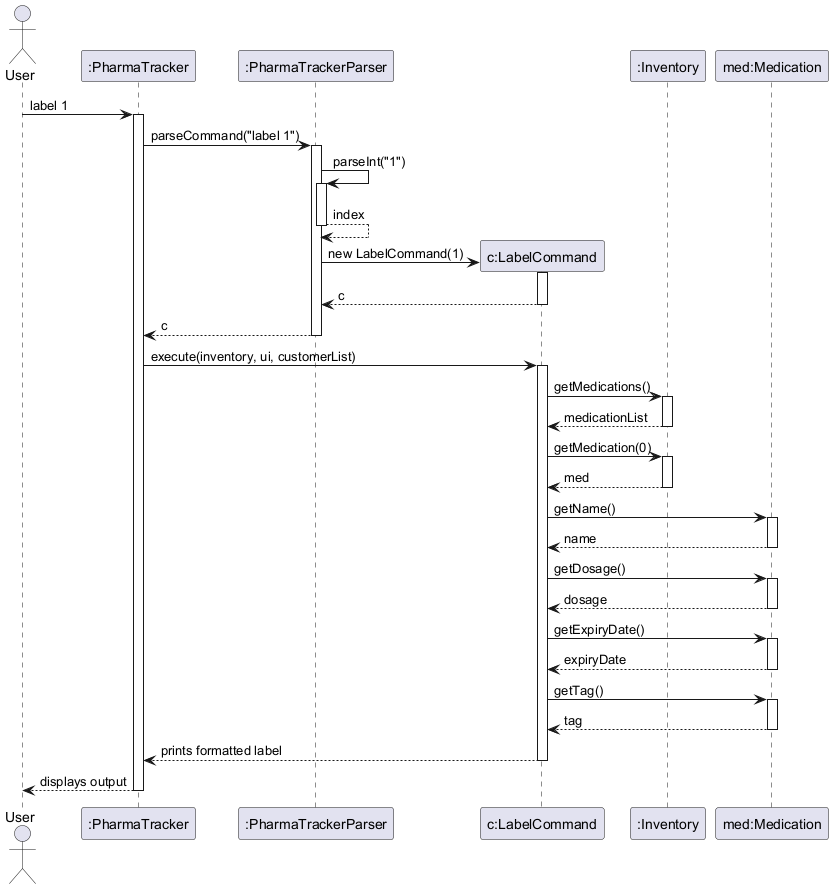
Earlier version of the PlantUML export docs/images/labelCommandSequenceDiagram.png (Yaqi66/tp).
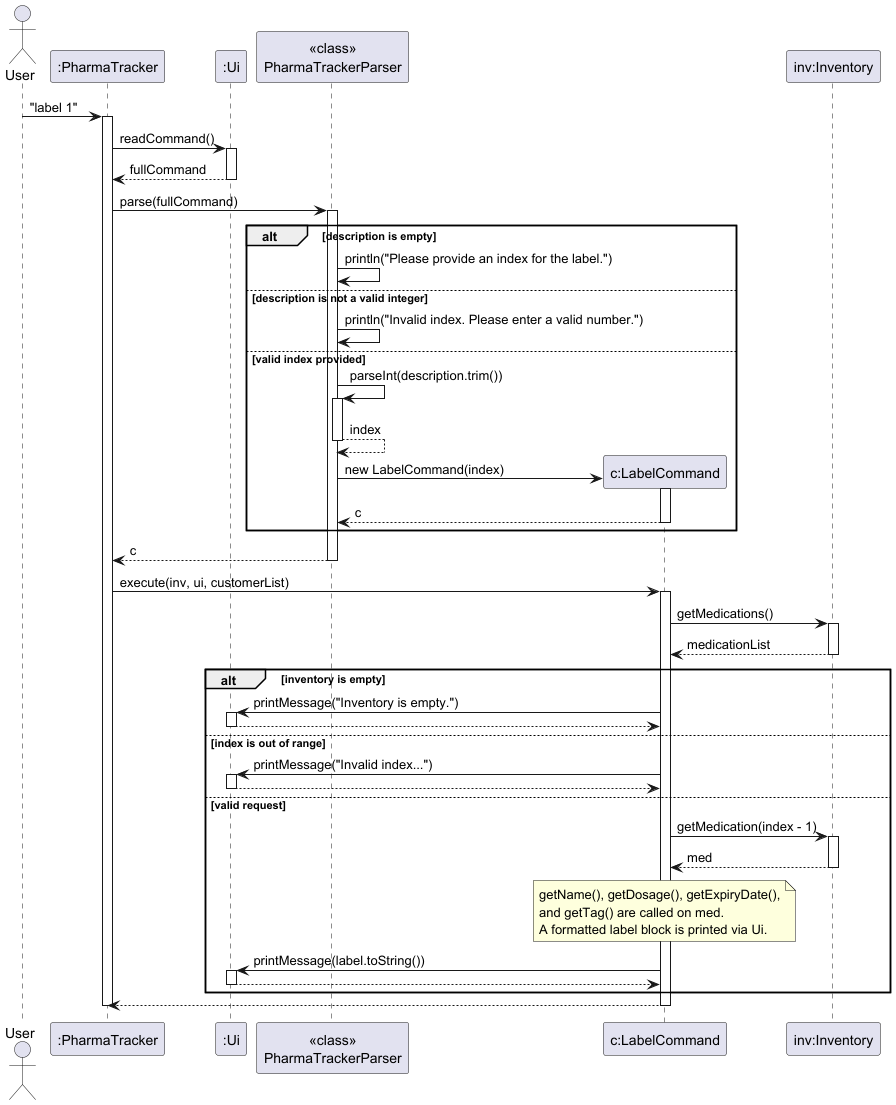
After the commit.

The edit, as a diff of the source:
```diff
@@ -1,58 +1,82 @@
 @startuml
+skinparam ArrowFontStyle plain
+
 actor User
 participant ":PharmaTracker" as PharmaTracker
-participant ":PharmaTrackerParser" as PharmaTrackerParser
+participant ":Ui" as Ui
+participant "<<class>>\nPharmaTrackerParser" as Parser
 participant "c:LabelCommand" as LabelCommand
-participant ":Inventory" as Inventory
-participant "med:Medication" as Medication
+participant "inv:Inventory" as Inventory
 
-User -> PharmaTracker : label 1
+User -> PharmaTracker : "label 1"
 activate PharmaTracker
 
-PharmaTracker -> PharmaTrackerParser : parseCommand("label 1")
-activate PharmaTrackerParser
+PharmaTracker -> Ui : readCommand()
+activate Ui
+Ui --> PharmaTracker : fullCommand
+deactivate Ui
 
-PharmaTrackerParser -> PharmaTrackerParser : parseInt("1")
-activate PharmaTrackerParser
-return index
+PharmaTracker -> Parser : parse(fullCommand)
+activate Parser
 
-create LabelCommand
-PharmaTrackerParser -> LabelCommand : new LabelCommand(1)
-activate LabelCommand
-return c
+alt description is empty
+    Parser -> Parser : println("Please provide an index for the label.")
+else description is not a valid integer
+    Parser -> Parser : println("Invalid index. Please enter a valid number.")
+else valid index provided
+    Parser -> Parser : parseInt(description.trim())
+    activate Parser
+    Parser --> Parser : index
+    deactivate Parser
 
-return c
+    create LabelCommand
+    Parser -> LabelCommand : new LabelCommand(index)
+    activate LabelCommand
+    LabelCommand --> Parser : c
+    deactivate LabelCommand
+end
 
-PharmaTracker -> LabelCommand : execute(inventory, ui, customerList)
+Parser --> PharmaTracker : c
+deactivate Parser
+
+PharmaTracker -> LabelCommand : execute(inv, ui, customerList)
 activate LabelCommand
 
 LabelCommand -> Inventory : getMedications()
 activate Inventory
-return medicationList
+Inventory --> LabelCommand : medicationList
+deactivate Inventory
 
-LabelCommand -> Inventory : getMedication(0)
-activate Inventory
-return med
+alt inventory is empty
+    LabelCommand -> Ui : printMessage("Inventory is empty.")
+    activate Ui
+    Ui --> LabelCommand
+    deactivate Ui
+else index is out of range
+    LabelCommand -> Ui : printMessage("Invalid index...")
+    activate Ui
+    Ui --> LabelCommand
+    deactivate Ui
+else valid request
+    LabelCommand -> Inventory : getMedication(index - 1)
+    activate Inventory
+    Inventory --> LabelCommand : med
+    deactivate Inventory
 
-LabelCommand -> Medication : getName()
-activate Medication
-return name
+    note over LabelCommand
+      getName(), getDosage(), getExpiryDate(),
+      and getTag() are called on med.
+      A formatted label block is printed via Ui.
+    end note
 
-LabelCommand -> Medication : getDosage()
-activate Medication
-return dosage
+    LabelCommand -> Ui : printMessage(label.toString())
+    activate Ui
+    Ui --> LabelCommand
+    deactivate Ui
+end
 
-LabelCommand -> Medication : getExpiryDate()
-activate Medication
-return expiryDate
-
-LabelCommand -> Medication : getTag()
-activate Medication
-return tag
-
-LabelCommand --> PharmaTracker : prints formatted label
+LabelCommand --> PharmaTracker
 deactivate LabelCommand
 
-PharmaTracker --> User : displays output
 deactivate PharmaTracker
 @enduml
```
